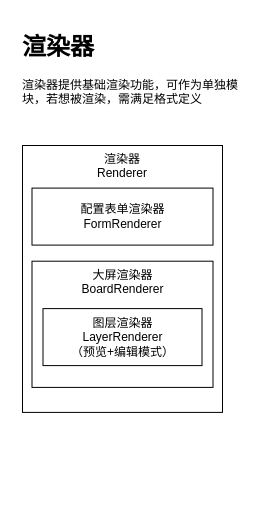
This is docs/design.drawio from babyhzz/h-editor, a draw.io file, before an edit. Source tidied: cells renumbered, new cells numbered last; positions are measured from the earlier drawing's top-left corner, leaving out a move shared by most shapes. Both pictures are drawn from the tidied source at 100%, with x=0, y=0 at pixel (17, 27).
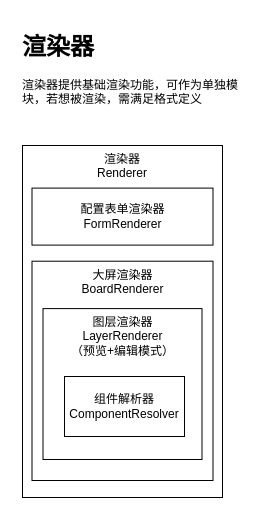
Above is the later version.

What changed in the source:
```diff
@@
 <mxGraphModel>
   <root>
     <mxCell id="0" />
     <mxCell id="1" parent="0" />
     <mxCell id="2" value="&lt;h1&gt;渲染器&lt;/h1&gt;&lt;div&gt;渲染器提供基础渲染功能，可作为单独模块，若想被渲染，需满足格式定义&lt;/div&gt;" style="text;html=1;strokeColor=none;fillColor=none;spacing=5;spacingTop=-20;whiteSpace=wrap;overflow=hidden;rounded=0;" parent="1" vertex="1">
       <mxGeometry width="236" height="120" as="geometry" />
     </mxCell>
-    <mxCell id="3" style="group;" parent="1" vertex="1">
-      <mxGeometry x="5" y="118" width="200" height="303" as="geometry" />
-    </mxCell>
-    <mxCell id="4" value="渲染器&lt;br&gt;Renderer" style="rounded=0;whiteSpace=wrap;html=1;labelPosition=center;verticalLabelPosition=middle;align=center;verticalAlign=top;" parent="3" vertex="1">
-      <mxGeometry width="200" height="266.9" as="geometry" />
+    <mxCell id="4" value="渲染器&lt;br&gt;Renderer" style="rounded=0;whiteSpace=wrap;html=1;labelPosition=center;verticalLabelPosition=middle;align=center;verticalAlign=top;" parent="1" vertex="1">
+      <mxGeometry x="5" y="118" width="200" height="352" as="geometry" />
     </mxCell>
-    <mxCell id="5" value="配置表单渲染器&lt;br&gt;FormRenderer" style="rounded=0;whiteSpace=wrap;html=1;" parent="3" vertex="1">
-      <mxGeometry x="9.5" y="42.6" width="181" height="57" as="geometry" />
+    <mxCell id="5" value="配置表单渲染器&lt;br&gt;FormRenderer" style="rounded=0;whiteSpace=wrap;html=1;" parent="1" vertex="1">
+      <mxGeometry x="14.5" y="160.6" width="181" height="57" as="geometry" />
     </mxCell>
-    <mxCell id="6" value="大屏渲染器&lt;br&gt;BoardRenderer" style="rounded=0;whiteSpace=wrap;html=1;horizontal=1;labelPosition=center;verticalLabelPosition=middle;align=center;verticalAlign=top;" parent="3" vertex="1">
-      <mxGeometry x="9.5" y="115.7" width="181" height="126.2" as="geometry" />
+    <mxCell id="6" value="大屏渲染器&lt;br&gt;BoardRenderer" style="rounded=0;whiteSpace=wrap;html=1;horizontal=1;labelPosition=center;verticalLabelPosition=middle;align=center;verticalAlign=top;" parent="1" vertex="1">
+      <mxGeometry x="14.5" y="233.7" width="181" height="219.3" as="geometry" />
     </mxCell>
-    <mxCell id="7" value="图层渲染器&lt;br&gt;LayerRenderer&lt;br&gt;（预览+编辑模式）" style="rounded=0;whiteSpace=wrap;html=1;" parent="3" vertex="1">
-      <mxGeometry x="20.5" y="163.1" width="159" height="57" as="geometry" />
+    <mxCell id="7" value="图层渲染器&lt;br&gt;LayerRenderer&lt;br&gt;（预览+编辑模式）" style="rounded=0;whiteSpace=wrap;html=1;verticalAlign=top;" parent="1" vertex="1">
+      <mxGeometry x="25.5" y="281.1" width="159" height="150.9" as="geometry" />
     </mxCell>
+    <mxCell id="8" value="组件解析器&lt;br&gt;ComponentResolver" style="rounded=0;whiteSpace=wrap;html=1;" parent="1" vertex="1">
+      <mxGeometry x="47" y="349" width="120" height="60" as="geometry" />
+    </mxCell>
   </root>
 </mxGraphModel>
```
